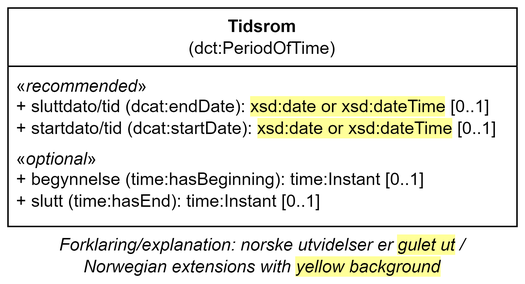
Earlier version of the draw.io export docs/images/Klassen-Tidsrom.png (Informasjonsforvaltning/dcat-ap-no). Source tidied: cells renumbered, new cells last; positions are measured from the earlier drawing's top-left corner, leaving out a move shared by most shapes.
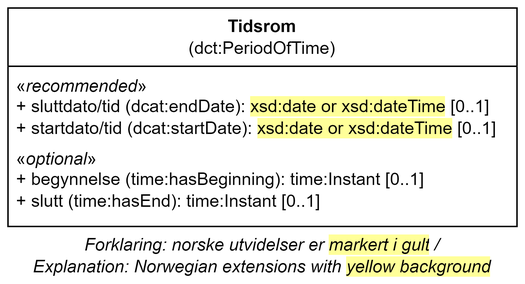
The same diagram one commit later.

Diff of the diagram source:
```diff
@@ -11,8 +11,8 @@
     <mxCell id="4" value="&lt;div&gt;«&lt;i&gt;optional&lt;/i&gt;»&lt;/div&gt;&lt;div&gt;+ begynnelse (time:hasBeginning): time:Instant [0..1]&lt;/div&gt;&lt;div&gt;+ slutt (time:hasEnd): time:Instant [0..1]&lt;/div&gt;" style="text;strokeColor=none;fillColor=none;align=left;verticalAlign=top;spacingLeft=4;spacingRight=4;overflow=hidden;whiteSpace=wrap;html=1;" parent="2" vertex="1">
       <mxGeometry y="90" width="350" height="60" as="geometry" />
     </mxCell>
-    <mxCell id="5" value="Forklaring/explanation: norske utvidelser er&amp;nbsp;&lt;span style=&quot;background-color: rgb(255, 255, 153);&quot;&gt;gulet ut&lt;/span&gt;&lt;span style=&quot;background-color: rgb(255 , 255 , 255)&quot;&gt;&amp;nbsp;/ &lt;br&gt;Norwegian extensions with &lt;/span&gt;&lt;span style=&quot;background-color: rgb(255, 255, 153);&quot;&gt;yellow background&lt;/span&gt;" style="text;html=1;strokeColor=none;fillColor=none;align=center;verticalAlign=middle;whiteSpace=wrap;rounded=0;fontStyle=2;" parent="1" vertex="1">
-      <mxGeometry x="10" y="160" width="330" height="20" as="geometry" />
-    </mxCell>
+    <mxCell id="6" value="Forklaring: norske utvidelser er&amp;nbsp;&lt;span style=&quot;background-color: rgb(255, 255, 153);&quot;&gt;markert i gult&lt;/span&gt;&lt;span style=&quot;background-color: rgb(255 , 255 , 255)&quot;&gt;&amp;nbsp;/ &lt;br&gt;&lt;/span&gt;Explanation:&amp;nbsp;&lt;span style=&quot;background-color: rgb(255 , 255 , 255)&quot;&gt;Norwegian extensions with &lt;/span&gt;&lt;span style=&quot;background-color: rgb(255, 255, 153);&quot;&gt;yellow background&lt;/span&gt;" style="text;html=1;strokeColor=none;fillColor=none;align=center;verticalAlign=middle;whiteSpace=wrap;rounded=0;fontStyle=2;" parent="1" vertex="1">
+      <mxGeometry y="160" width="350" height="20" as="geometry" />
+    </mxCell>
   </root>
 </mxGraphModel>
```
